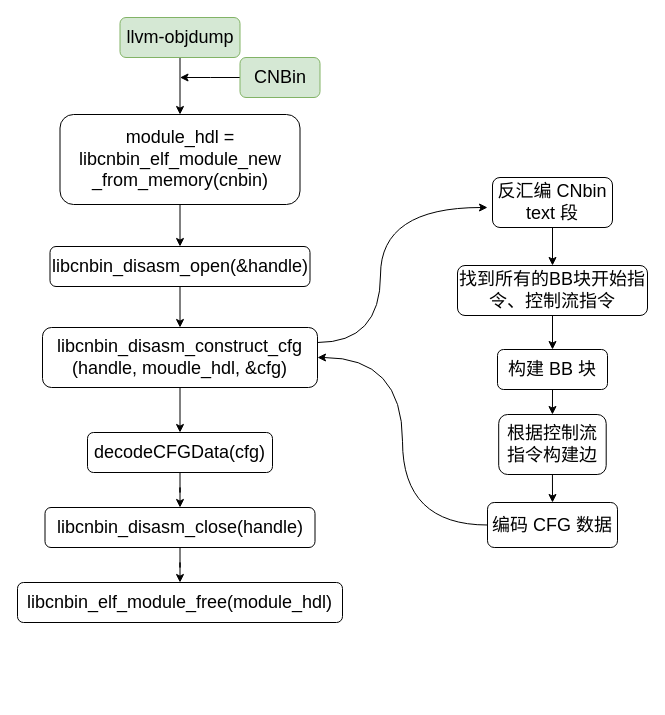
The draw.io diagram cfg_top.drawio in liyp1120/draw.io, before the edit. Source tidied: cells renumbered, new cells numbered last; positions are measured from the earlier drawing's top-left corner, leaving out a move shared by most shapes. Both pictures are drawn from the tidied source at 100%, with x=0, y=0 at pixel (17, 17).
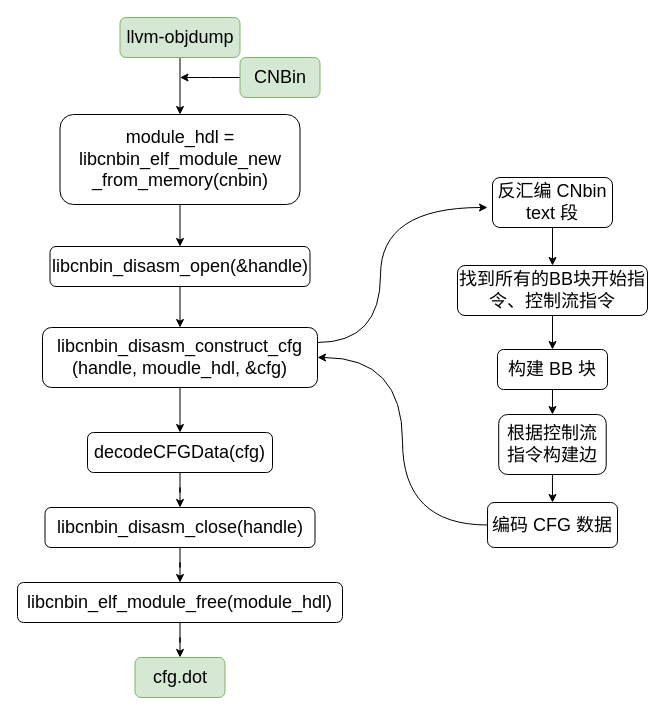
The same diagram, later.

The change refers to these unchanged cells:
```xml
<mxCell id="28" value="&lt;font style=&quot;font-size: 18px;&quot;&gt;libcnbin_elf_module_free(module_hdl)&lt;/font&gt;" style="rounded=1;whiteSpace=wrap;html=1;fontSize=12;glass=0;strokeWidth=1;shadow=0;" parent="1" vertex="1">
  <mxGeometry y="565" width="325" height="40" as="geometry" />
</mxCell>
```

The edit, as a diff of the source:
```diff
@@
+    <mxCell id="29" style="edgeStyle=orthogonalEdgeStyle;rounded=0;jettySize=auto;html=1;" parent="1" edge="1" source="28" target="30">
+      <mxGeometry relative="1" as="geometry" />
+    </mxCell>
@@
+    <mxCell id="30" value="&lt;font style=&quot;font-size: 18px;&quot;&gt;cfg.dot&lt;/font&gt;" style="rounded=1;whiteSpace=wrap;html=1;fontSize=12;glass=0;strokeWidth=1;shadow=0;fillColor=#d5e8d4;strokeColor=#82b366;" parent="1" vertex="1">
+      <mxGeometry x="117.5" y="640" width="90" height="40" as="geometry" />
+    </mxCell>
```
